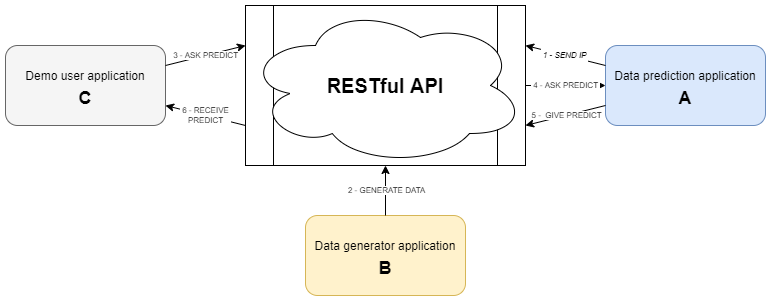
jbaudru/RESTful-app-and-interface keeps this draw.io diagram as etc/RESTful-tutorial.png. Above is the earlier version. Source tidied: cells renumbered, new cells last; positions are measured from the earlier drawing's top-left corner, leaving out a move shared by most shapes.
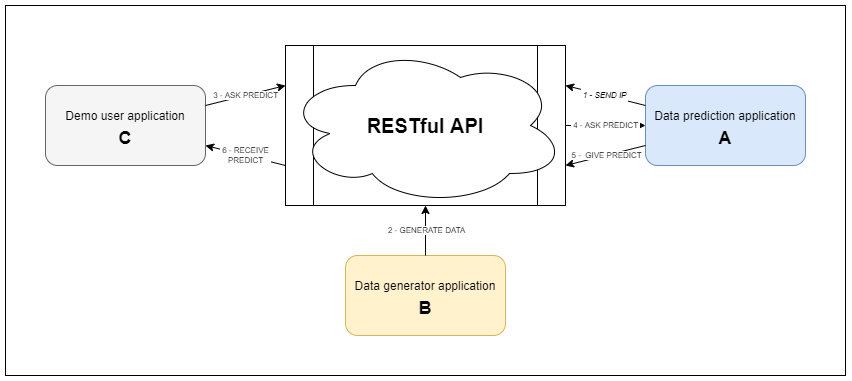
The same diagram one commit later.

The edit, as a diff of the source:
```diff
@@ -2,6 +2,9 @@
   <root>
     <mxCell id="0" />
     <mxCell id="1" parent="0" />
+    <mxCell id="13" style="rounded=0;whiteSpace=wrap;html=1;fontSize=8;" parent="1" vertex="1">
+      <mxGeometry x="-40" y="-40" width="840" height="370" as="geometry" />
+    </mxCell>
     <mxCell id="2" style="shape=process;whiteSpace=wrap;html=1;backgroundOutline=1;fontSize=18;" parent="1" vertex="1">
       <mxGeometry x="240" width="280" height="160" as="geometry" />
     </mxCell>
```
